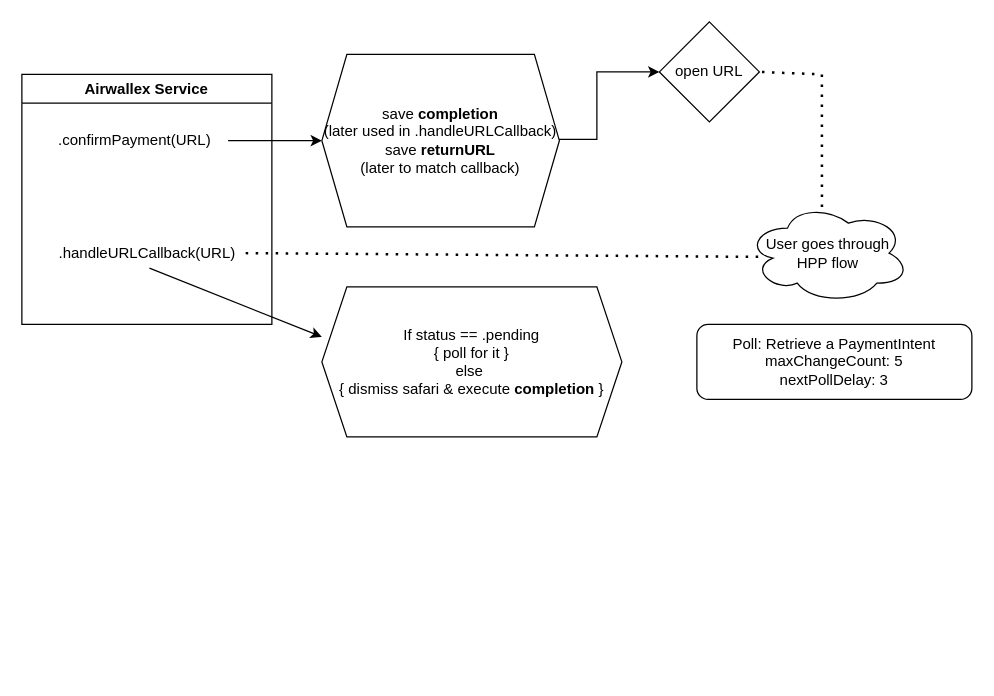
Before: Airwallex.drawio in supersun17/Flow-charts, a draw.io diagram. Source tidied: cells renumbered, new cells numbered last; positions are measured from the earlier drawing's top-left corner, leaving out a move shared by most shapes. Both pictures are drawn from the tidied source at 125%, with x=0, y=0 at pixel (21, 21).
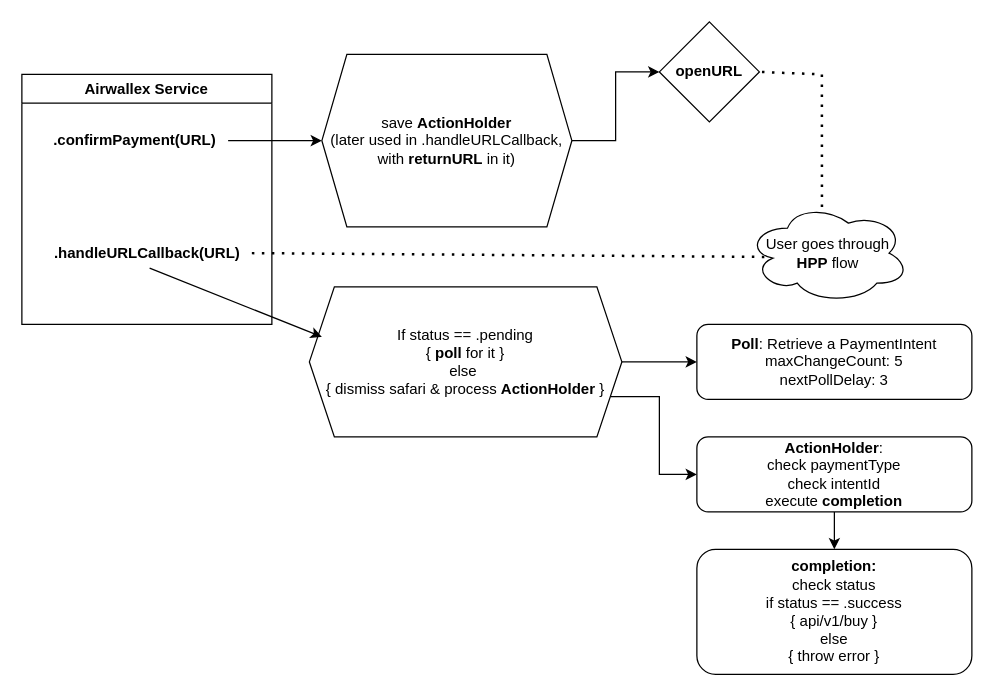
The same diagram, later.

The edit, as a diff of the source:
```diff
@@
-    <mxCell id="4" value=".confirmPayment(URL)" style="text;html=1;align=center;verticalAlign=middle;points=[];strokeColor=none;fillColor=none;" parent="1" vertex="1">
+    <mxCell id="4" value="&lt;b&gt;.confirmPayment(URL)&lt;/b&gt;" style="text;html=1;align=center;verticalAlign=middle;points=[];strokeColor=none;fillColor=none;" parent="1" vertex="1">
       <mxGeometry x="15" y="80" width="150" height="30" as="geometry" />
     </mxCell>
+    <mxCell id="6" value="&lt;b&gt;openURL&lt;/b&gt;" style="rhombus;whiteSpace=wrap;html=1;" parent="1" vertex="1">
+      <mxGeometry x="510" width="80" height="80" as="geometry" />
+    </mxCell>
     <mxCell id="5" style="edgeStyle=orthogonalEdgeStyle;rounded=0;jettySize=auto;html=1;exitX=1;exitY=0.5;exitDx=0;exitDy=0;entryX=0;entryY=0.5;entryDx=0;entryDy=0;" parent="1" edge="1" source="7" target="6">
-      <mxGeometry relative="1" as="geometry">
-        <Array as="points">
-          <mxPoint x="430" y="94" />
-          <mxPoint x="460" y="94" />
-          <mxPoint x="460" y="40" />
-        </Array>
-      </mxGeometry>
+      <mxGeometry relative="1" as="geometry" />
     </mxCell>
-    <mxCell id="6" value="open URL" style="rhombus;whiteSpace=wrap;html=1;" parent="1" vertex="1">
-      <mxGeometry x="510" width="80" height="80" as="geometry" />
-    </mxCell>
-    <mxCell id="7" value="&lt;div&gt;save &lt;b&gt;completion&lt;/b&gt;&lt;/div&gt;&lt;div&gt;(later used in .handleURLCallback)&lt;/div&gt;&lt;div&gt;save &lt;b&gt;returnURL&lt;/b&gt;&lt;/div&gt;&lt;div&gt;(later to match callback)&lt;/div&gt;" style="shape=hexagon;perimeter=hexagonPerimeter2;whiteSpace=wrap;html=1;fixedSize=1;" parent="1" vertex="1">
-      <mxGeometry x="240" y="26" width="190" height="138" as="geometry" />
+    <mxCell id="7" value="&lt;div&gt;save &lt;b&gt;ActionHolder&lt;/b&gt;&lt;/div&gt;&lt;div&gt;(later used in .handleURLCallback, with &lt;b&gt;returnURL&lt;/b&gt; in it)&lt;/div&gt;" style="shape=hexagon;perimeter=hexagonPerimeter2;whiteSpace=wrap;html=1;fixedSize=1;" parent="1" vertex="1">
+      <mxGeometry x="240" y="26" width="200" height="138" as="geometry" />
     </mxCell>
@@
-    <mxCell id="9" value="User goes through&lt;div&gt;HPP flow&lt;/div&gt;" style="ellipse;shape=cloud;whiteSpace=wrap;html=1;" parent="1" vertex="1">
+    <mxCell id="9" value="User goes through&lt;div&gt;&lt;b&gt;HPP&lt;/b&gt; flow&lt;/div&gt;" style="ellipse;shape=cloud;whiteSpace=wrap;html=1;" parent="1" vertex="1">
       <mxGeometry x="580" y="145" width="130" height="80" as="geometry" />
     </mxCell>
-    <mxCell id="10" value=".handleURLCallback(URL)" style="text;html=1;align=center;verticalAlign=middle;points=[];strokeColor=none;fillColor=none;" parent="1" vertex="1">
-      <mxGeometry x="20" y="170" width="160" height="30" as="geometry" />
+    <mxCell id="10" value="&lt;b&gt;.handleURLCallback(URL)&lt;/b&gt;" style="text;html=1;align=center;verticalAlign=middle;points=[];strokeColor=none;fillColor=none;" parent="1" vertex="1">
+      <mxGeometry x="15" y="170" width="170" height="30" as="geometry" />
     </mxCell>
@@
-    <mxCell id="12" style="endArrow=classic;html=1;rounded=0;exitX=0.513;exitY=0.9;exitDx=0;exitDy=0;exitPerimeter=0;" parent="1" edge="1" source="10">
-      <mxGeometry relative="1" as="geometry">
-        <mxPoint x="240" y="252" as="targetPoint" />
-      </mxGeometry>
-    </mxCell>
+    <mxCell id="15" style="edgeStyle=orthogonalEdgeStyle;rounded=0;jettySize=auto;html=1;exitX=1;exitY=0.75;exitDx=0;exitDy=0;entryX=0;entryY=0.5;entryDx=0;entryDy=0;" parent="1" edge="1" source="13" target="18">
+      <mxGeometry relative="1" as="geometry" />
+    </mxCell>
-    <mxCell id="13" value="If status == .pending&lt;div&gt;{ poll for it }&lt;/div&gt;&lt;div&gt;else&amp;nbsp;&lt;/div&gt;&lt;div&gt;{ dismiss safari&amp;nbsp;&lt;span style=&quot;background-color: transparent; color: light-dark(rgb(0, 0, 0), rgb(255, 255, 255));&quot;&gt;&amp;amp;&amp;nbsp;&lt;/span&gt;&lt;span style=&quot;background-color: transparent; color: light-dark(rgb(0, 0, 0), rgb(255, 255, 255));&quot;&gt;execute &lt;/span&gt;&lt;b style=&quot;background-color: transparent; color: light-dark(rgb(0, 0, 0), rgb(255, 255, 255));&quot;&gt;completion&lt;/b&gt;&lt;span style=&quot;background-color: transparent; color: light-dark(rgb(0, 0, 0), rgb(255, 255, 255));&quot;&gt; }&lt;/span&gt;&lt;/div&gt;" style="shape=hexagon;perimeter=hexagonPerimeter2;whiteSpace=wrap;html=1;fixedSize=1;" parent="1" vertex="1">
-      <mxGeometry x="240" y="212" width="240" height="120" as="geometry" />
+    <mxCell id="13" value="If status == .pending&lt;div&gt;{ &lt;b&gt;poll&lt;/b&gt; for it }&lt;/div&gt;&lt;div&gt;else&amp;nbsp;&lt;/div&gt;&lt;div&gt;{ dismiss safari&amp;nbsp;&lt;span style=&quot;background-color: transparent; color: light-dark(rgb(0, 0, 0), rgb(255, 255, 255));&quot;&gt;&amp;amp;&amp;nbsp;&lt;/span&gt;&lt;span style=&quot;background-color: transparent; color: light-dark(rgb(0, 0, 0), rgb(255, 255, 255));&quot;&gt;process&amp;nbsp;&lt;/span&gt;&lt;b&gt;ActionHolder&lt;/b&gt;&lt;span style=&quot;background-color: transparent; color: light-dark(rgb(0, 0, 0), rgb(255, 255, 255));&quot;&gt;&amp;nbsp;}&lt;/span&gt;&lt;/div&gt;" style="shape=hexagon;perimeter=hexagonPerimeter2;whiteSpace=wrap;html=1;fixedSize=1;" parent="1" vertex="1">
+      <mxGeometry x="230" y="212" width="250" height="120" as="geometry" />
     </mxCell>
-    <mxCell id="14" value="Poll:&amp;nbsp;&lt;span style=&quot;background-color: transparent;&quot;&gt;Retrieve a PaymentIntent&lt;/span&gt;&lt;div&gt;&lt;span style=&quot;background-color: transparent; color: light-dark(rgb(0, 0, 0), rgb(255, 255, 255));&quot;&gt;maxChangeCount: 5&lt;/span&gt;&lt;/div&gt;&lt;div&gt;nextPollDelay: 3&lt;/div&gt;" style="rounded=1;whiteSpace=wrap;html=1;" parent="1" vertex="1">
+    <mxCell id="14" value="&lt;b&gt;Poll&lt;/b&gt;:&amp;nbsp;&lt;span style=&quot;background-color: transparent;&quot;&gt;Retrieve a PaymentIntent&lt;/span&gt;&lt;div&gt;&lt;span style=&quot;background-color: transparent; color: light-dark(rgb(0, 0, 0), rgb(255, 255, 255));&quot;&gt;maxChangeCount: 5&lt;/span&gt;&lt;/div&gt;&lt;div&gt;nextPollDelay: 3&lt;/div&gt;" style="rounded=1;whiteSpace=wrap;html=1;" parent="1" vertex="1">
       <mxGeometry x="540" y="242" width="220" height="60" as="geometry" />
     </mxCell>
+    <mxCell id="16" style="endArrow=classic;html=1;rounded=0;exitX=1;exitY=0.5;exitDx=0;exitDy=0;entryX=0;entryY=0.5;entryDx=0;entryDy=0;" parent="1" edge="1" source="13" target="14">
+      <mxGeometry relative="1" as="geometry" />
+    </mxCell>
+    <mxCell id="17" style="edgeStyle=orthogonalEdgeStyle;rounded=0;jettySize=auto;html=1;entryX=0.5;entryY=0;entryDx=0;entryDy=0;" parent="1" edge="1" source="18" target="19">
+      <mxGeometry relative="1" as="geometry" />
+    </mxCell>
+    <mxCell id="18" value="&lt;b&gt;ActionHolder&lt;/b&gt;:&lt;div&gt;check paymentType&lt;/div&gt;&lt;div&gt;check intentId&lt;/div&gt;&lt;div&gt;execute &lt;b&gt;completion&lt;/b&gt;&lt;/div&gt;" style="rounded=1;whiteSpace=wrap;html=1;" parent="1" vertex="1">
+      <mxGeometry x="540" y="332" width="220" height="60" as="geometry" />
+    </mxCell>
+    <mxCell id="19" value="&lt;b&gt;completion:&lt;/b&gt;&lt;div&gt;check status&lt;/div&gt;&lt;div&gt;if status == .success&lt;/div&gt;&lt;div&gt;{ api/v1/buy }&lt;/div&gt;&lt;div&gt;else&lt;/div&gt;&lt;div&gt;{ throw error }&lt;/div&gt;" style="rounded=1;whiteSpace=wrap;html=1;" parent="1" vertex="1">
+      <mxGeometry x="540" y="422" width="220" height="100" as="geometry" />
+    </mxCell>
+    <mxCell id="12" style="endArrow=classic;html=1;rounded=0;exitX=0.513;exitY=0.9;exitDx=0;exitDy=0;exitPerimeter=0;" parent="1" edge="1" source="10">
+      <mxGeometry relative="1" as="geometry">
+        <mxPoint x="240" y="252" as="targetPoint" />
+      </mxGeometry>
+    </mxCell>
```
